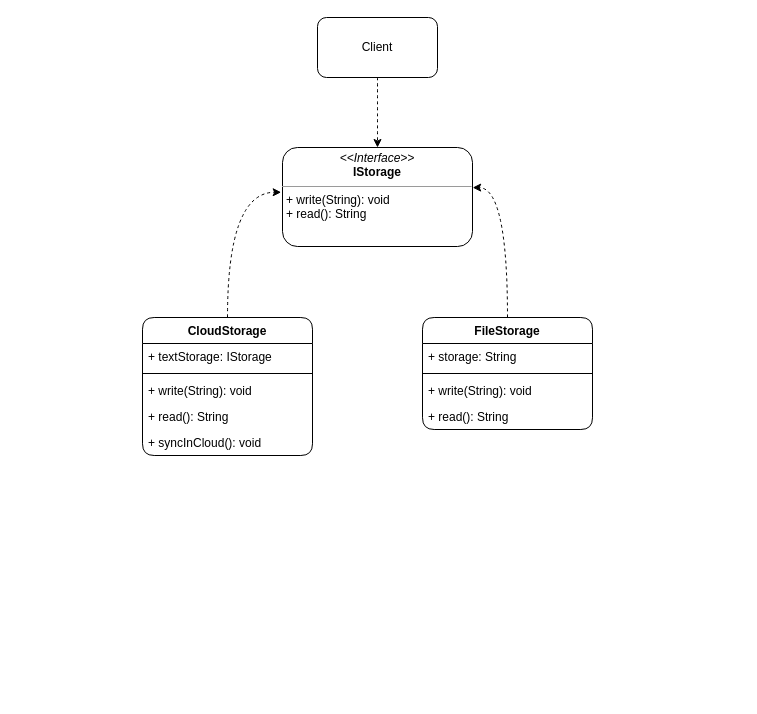
This is page "decorator" (8 of 10) of src/ro/developmentfactory/uml.drawio from development-factory/design-patterns-examples, a draw.io file, before an edit. Source tidied: cells renumbered, new cells numbered last; positions are measured from the earlier drawing's top-left corner, leaving out a move shared by most shapes. Both pictures are drawn from the tidied source at 100%, with x=0, y=0 at pixel (142, 17).
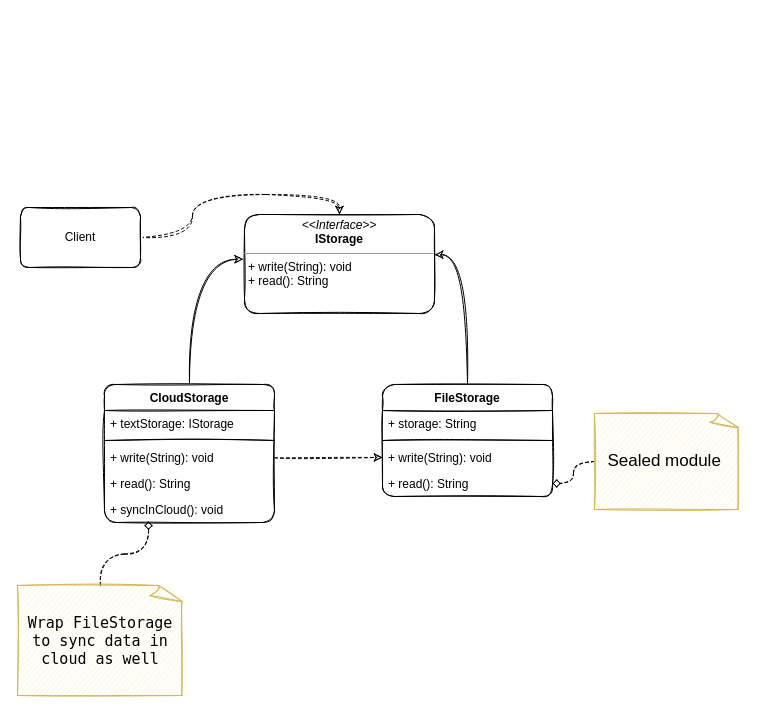
Above is the later version.

Change to the diagram source:
```diff
@@
-    <mxCell id="2" style="edgeStyle=orthogonalEdgeStyle;jettySize=auto;html=1;entryX=0.5;entryY=0;entryDx=0;entryDy=0;dashed=1;curved=1;" parent="1" edge="1" source="3" target="17">
+    <mxCell id="2" style="edgeStyle=orthogonalEdgeStyle;jettySize=auto;html=1;entryX=0.5;entryY=0;entryDx=0;entryDy=0;dashed=1;curved=1;sketch=1;" parent="1" edge="1" source="3" target="17">
       <mxGeometry relative="1" as="geometry" />
     </mxCell>
-    <mxCell id="3" value="Client" style="whiteSpace=wrap;html=1;rounded=1;" parent="1" vertex="1">
-      <mxGeometry x="175" width="120" height="60" as="geometry" />
+    <mxCell id="3" value="Client" style="whiteSpace=wrap;html=1;rounded=1;sketch=1;" parent="1" vertex="1">
+      <mxGeometry x="-122" y="190" width="120" height="60" as="geometry" />
     </mxCell>
-    <mxCell id="4" style="edgeStyle=orthogonalEdgeStyle;jettySize=auto;html=1;dashed=1;entryX=-0.007;entryY=0.452;entryDx=0;entryDy=0;entryPerimeter=0;curved=1;" parent="1" edge="1" source="5" target="17">
+    <mxCell id="4" style="edgeStyle=orthogonalEdgeStyle;jettySize=auto;html=1;entryX=-0.007;entryY=0.452;entryDx=0;entryDy=0;entryPerimeter=0;curved=1;sketch=1;" parent="1" edge="1" source="5" target="17">
       <mxGeometry relative="1" as="geometry">
         <Array as="points">
-          <mxPoint x="85" y="175" />
+          <mxPoint x="47" y="242" />
         </Array>
       </mxGeometry>
     </mxCell>
-    <mxCell id="5" value="CloudStorage" style="swimlane;fontStyle=1;align=center;verticalAlign=top;horizontal=1;startSize=26;rounded=1;" parent="1" vertex="1">
-      <mxGeometry y="300" width="170" height="138" as="geometry" />
+    <mxCell id="5" value="CloudStorage" style="swimlane;fontStyle=1;align=center;verticalAlign=top;horizontal=1;startSize=26;rounded=1;sketch=1;" parent="1" vertex="1">
+      <mxGeometry x="-38" y="367" width="170" height="138" as="geometry" />
     </mxCell>
-    <mxCell id="6" value="+ textStorage: IStorage" style="text;strokeColor=none;fillColor=none;align=left;verticalAlign=top;spacingLeft=4;spacingRight=4;overflow=hidden;rounded=1;" parent="5" vertex="1">
+    <mxCell id="6" value="+ textStorage: IStorage" style="text;strokeColor=none;fillColor=none;align=left;verticalAlign=top;spacingLeft=4;spacingRight=4;overflow=hidden;rounded=1;sketch=1;" parent="5" vertex="1">
       <mxGeometry y="26" width="170" height="26" as="geometry" />
     </mxCell>
-    <mxCell id="7" style="line;strokeWidth=1;fillColor=none;align=left;verticalAlign=middle;spacingTop=-1;spacingLeft=3;spacingRight=3;labelPosition=right;rounded=1;" parent="5" vertex="1">
+    <mxCell id="7" style="line;strokeWidth=1;fillColor=none;align=left;verticalAlign=middle;spacingTop=-1;spacingLeft=3;spacingRight=3;labelPosition=right;rounded=1;sketch=1;" parent="5" vertex="1">
       <mxGeometry y="52" width="170" height="8" as="geometry" />
     </mxCell>
-    <mxCell id="8" value="+ write(String): void" style="text;strokeColor=none;fillColor=none;align=left;verticalAlign=top;spacingLeft=4;spacingRight=4;overflow=hidden;points=[[0,0.5],[1,0.5]];portConstraint=eastwest;rounded=1;" parent="5" vertex="1">
+    <mxCell id="8" value="+ write(String): void" style="text;strokeColor=none;fillColor=none;align=left;verticalAlign=top;spacingLeft=4;spacingRight=4;overflow=hidden;points=[[0,0.5],[1,0.5]];portConstraint=eastwest;rounded=1;sketch=1;" parent="5" vertex="1">
       <mxGeometry y="60" width="170" height="26" as="geometry" />
     </mxCell>
-    <mxCell id="9" value="+ read(): String" style="text;strokeColor=none;fillColor=none;align=left;verticalAlign=top;spacingLeft=4;spacingRight=4;overflow=hidden;rounded=1;" parent="5" vertex="1">
+    <mxCell id="9" value="+ read(): String" style="text;strokeColor=none;fillColor=none;align=left;verticalAlign=top;spacingLeft=4;spacingRight=4;overflow=hidden;rounded=1;sketch=1;" parent="5" vertex="1">
       <mxGeometry y="86" width="170" height="26" as="geometry" />
     </mxCell>
-    <mxCell id="10" value="+ syncInCloud(): void" style="text;strokeColor=none;fillColor=none;align=left;verticalAlign=top;spacingLeft=4;spacingRight=4;overflow=hidden;points=[[0,0.5],[1,0.5]];portConstraint=eastwest;rounded=1;" parent="5" vertex="1">
+    <mxCell id="10" value="+ syncInCloud(): void" style="text;strokeColor=none;fillColor=none;align=left;verticalAlign=top;spacingLeft=4;spacingRight=4;overflow=hidden;points=[[0,0.5],[1,0.5]];portConstraint=eastwest;rounded=1;sketch=1;" parent="5" vertex="1">
       <mxGeometry y="112" width="170" height="26" as="geometry" />
     </mxCell>
-    <mxCell id="11" style="edgeStyle=orthogonalEdgeStyle;jettySize=auto;html=1;entryX=1.001;entryY=0.405;entryDx=0;entryDy=0;dashed=1;curved=1;entryPerimeter=0;" parent="1" edge="1" source="12" target="17">
+    <mxCell id="11" style="edgeStyle=orthogonalEdgeStyle;jettySize=auto;html=1;entryX=1.001;entryY=0.405;entryDx=0;entryDy=0;entryPerimeter=0;curved=1;sketch=1;" parent="1" edge="1" source="12" target="17">
       <mxGeometry relative="1" as="geometry" />
     </mxCell>
-    <mxCell id="12" value="FileStorage" style="swimlane;fontStyle=1;align=center;verticalAlign=top;horizontal=1;startSize=26;rounded=1;" parent="1" vertex="1">
-      <mxGeometry x="280" y="300" width="170" height="112" as="geometry" />
+    <mxCell id="12" value="FileStorage" style="swimlane;fontStyle=1;align=center;verticalAlign=top;horizontal=1;startSize=26;rounded=1;sketch=1;" parent="1" vertex="1">
+      <mxGeometry x="240" y="367" width="170" height="112" as="geometry" />
     </mxCell>
-    <mxCell id="13" value="+ storage: String" style="text;strokeColor=none;fillColor=none;align=left;verticalAlign=top;spacingLeft=4;spacingRight=4;overflow=hidden;rounded=1;" parent="12" vertex="1">
+    <mxCell id="13" value="+ storage: String" style="text;strokeColor=none;fillColor=none;align=left;verticalAlign=top;spacingLeft=4;spacingRight=4;overflow=hidden;rounded=1;sketch=1;" parent="12" vertex="1">
       <mxGeometry y="26" width="170" height="26" as="geometry" />
     </mxCell>
-    <mxCell id="14" style="line;strokeWidth=1;fillColor=none;align=left;verticalAlign=middle;spacingTop=-1;spacingLeft=3;spacingRight=3;labelPosition=right;rounded=1;" parent="12" vertex="1">
+    <mxCell id="14" style="line;strokeWidth=1;fillColor=none;align=left;verticalAlign=middle;spacingTop=-1;spacingLeft=3;spacingRight=3;labelPosition=right;rounded=1;sketch=1;" parent="12" vertex="1">
       <mxGeometry y="52" width="170" height="8" as="geometry" />
     </mxCell>
-    <mxCell id="15" value="+ write(String): void" style="text;strokeColor=none;fillColor=none;align=left;verticalAlign=top;spacingLeft=4;spacingRight=4;overflow=hidden;points=[[0,0.5],[1,0.5]];portConstraint=eastwest;rounded=1;" parent="12" vertex="1">
+    <mxCell id="15" value="+ write(String): void" style="text;strokeColor=none;fillColor=none;align=left;verticalAlign=top;spacingLeft=4;spacingRight=4;overflow=hidden;points=[[0,0.5],[1,0.5]];portConstraint=eastwest;rounded=1;sketch=1;" parent="12" vertex="1">
       <mxGeometry y="60" width="170" height="26" as="geometry" />
     </mxCell>
-    <mxCell id="16" value="+ read(): String" style="text;strokeColor=none;fillColor=none;align=left;verticalAlign=top;spacingLeft=4;spacingRight=4;overflow=hidden;points=[[0,0.5],[1,0.5]];portConstraint=eastwest;rounded=1;" parent="12" vertex="1">
+    <mxCell id="16" value="+ read(): String" style="text;strokeColor=none;fillColor=none;align=left;verticalAlign=top;spacingLeft=4;spacingRight=4;overflow=hidden;points=[[0,0.5],[1,0.5]];portConstraint=eastwest;rounded=1;sketch=1;" parent="12" vertex="1">
       <mxGeometry y="86" width="170" height="26" as="geometry" />
     </mxCell>
-    <mxCell id="17" value="&lt;p style=&quot;margin: 0px ; margin-top: 4px ; text-align: center&quot;&gt;&lt;i&gt;&amp;lt;&amp;lt;Interface&amp;gt;&amp;gt;&lt;/i&gt;&lt;br&gt;&lt;b&gt;IStorage&lt;/b&gt;&lt;/p&gt;&lt;hr size=&quot;1&quot;&gt;&lt;p style=&quot;margin: 0px ; margin-left: 4px&quot;&gt;+ write(String): void&lt;br&gt;+ read(): String&lt;/p&gt;" style="verticalAlign=top;align=left;overflow=fill;fontSize=12;fontFamily=Helvetica;html=1;rounded=1;" parent="1" vertex="1">
-      <mxGeometry x="140" y="130" width="190" height="99" as="geometry" />
+    <mxCell id="17" value="&lt;p style=&quot;margin: 0px ; margin-top: 4px ; text-align: center&quot;&gt;&lt;i&gt;&amp;lt;&amp;lt;Interface&amp;gt;&amp;gt;&lt;/i&gt;&lt;br&gt;&lt;b&gt;IStorage&lt;/b&gt;&lt;/p&gt;&lt;hr size=&quot;1&quot;&gt;&lt;p style=&quot;margin: 0px ; margin-left: 4px&quot;&gt;+ write(String): void&lt;br&gt;+ read(): String&lt;/p&gt;" style="verticalAlign=top;align=left;overflow=fill;fontSize=12;fontFamily=Helvetica;html=1;rounded=1;sketch=1;" parent="1" vertex="1">
+      <mxGeometry x="102" y="197" width="190" height="99" as="geometry" />
     </mxCell>
+    <mxCell id="18" style="edgeStyle=orthogonalEdgeStyle;curved=1;rounded=0;sketch=1;jettySize=auto;html=1;entryX=0.259;entryY=0.962;entryDx=0;entryDy=0;entryPerimeter=0;endArrow=diamond;endFill=0;dashed=1;" parent="1" edge="1" source="19" target="10">
+      <mxGeometry relative="1" as="geometry" />
+    </mxCell>
+    <mxCell id="19" value="&lt;font face=&quot;Lucida Console&quot; style=&quot;font-size: 15px&quot;&gt;Wrap FileStorage to sync data in cloud as well&lt;/font&gt;" style="whiteSpace=wrap;html=1;shape=mxgraph.basic.document;sketch=1;fillColor=#fff2cc;strokeColor=#d6b656;fontSize=15;" parent="1" vertex="1">
+      <mxGeometry x="-125" y="568" width="166" height="110" as="geometry" />
+    </mxCell>
+    <mxCell id="20" style="edgeStyle=orthogonalEdgeStyle;curved=1;rounded=0;sketch=1;jettySize=auto;html=1;dashed=1;fontSize=15;endArrow=diamond;endFill=0;" parent="1" edge="1" source="21" target="16">
+      <mxGeometry relative="1" as="geometry" />
+    </mxCell>
+    <mxCell id="21" value="Sealed module&amp;nbsp;" style="whiteSpace=wrap;html=1;shape=mxgraph.basic.document;sketch=1;fontSize=17;fillColor=#fff2cc;strokeColor=#d6b656;" parent="1" vertex="1">
+      <mxGeometry x="452" y="396" width="145" height="96" as="geometry" />
+    </mxCell>
+    <mxCell id="22" style="edgeStyle=orthogonalEdgeStyle;curved=1;rounded=0;sketch=1;jettySize=auto;html=1;entryX=0;entryY=0.5;entryDx=0;entryDy=0;fontSize=17;endArrow=classic;endFill=1;dashed=1;" parent="1" edge="1" source="8" target="15">
+      <mxGeometry relative="1" as="geometry" />
+    </mxCell>
```
